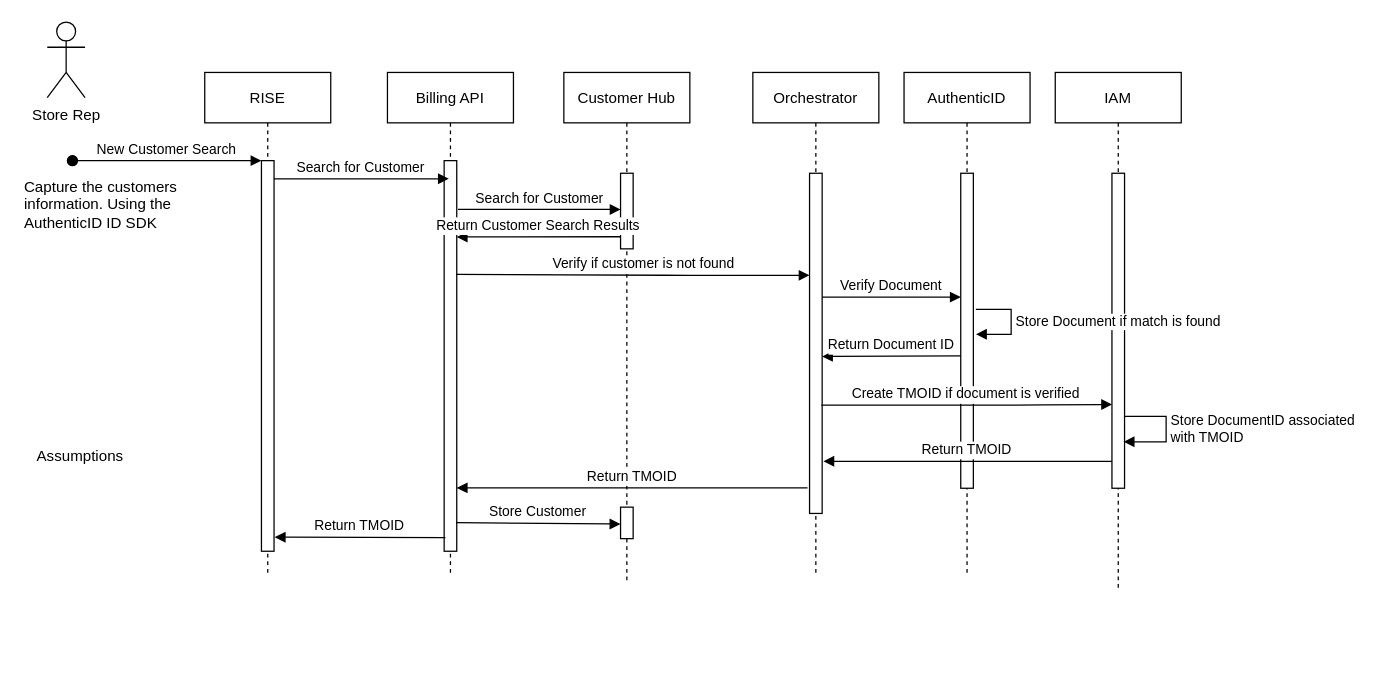
The draw.io diagram New_Customer.drawio in ilokos/NCIM, before the edit. Source tidied: cells renumbered, new cells numbered last; positions are measured from the earlier drawing's top-left corner, leaving out a move shared by most shapes. Both pictures are drawn from the tidied source at 126%, with x=0, y=0 at pixel (21, 21).
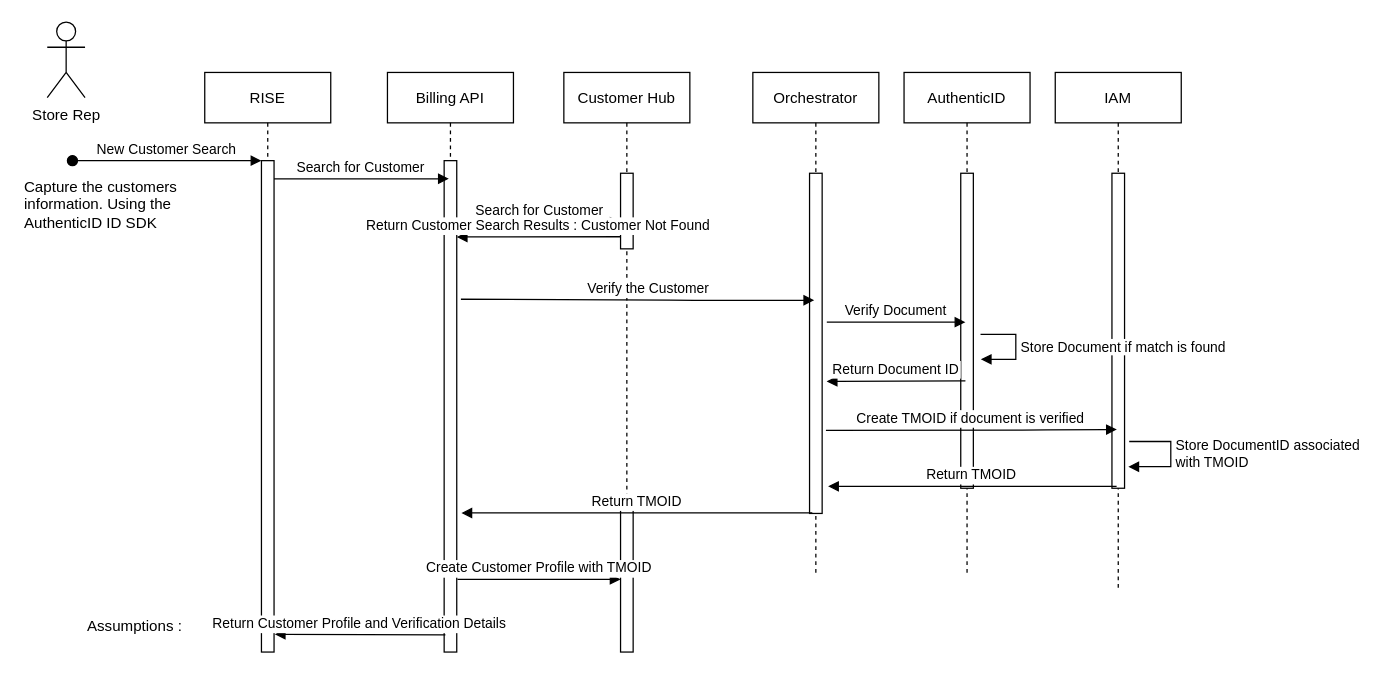
The same page after the edit.

Unchanged cells that the change refers to:
```xml
<mxCell id="10" style="html=1;points=[];perimeter=orthogonalPerimeter;" parent="9" vertex="1">
  <mxGeometry x="45" y="80" width="10" height="60" as="geometry" />
</mxCell>
<mxCell id="15" style="points=[];perimeter=orthogonalPerimeter;rounded=0;shadow=0;strokeWidth=1;" parent="14" vertex="1">
  <mxGeometry x="45" y="80" width="10" height="270" as="geometry" />
</mxCell>
<mxCell id="18" value="IAM" style="shape=umlLifeline;perimeter=lifelinePerimeter;rounded=0;shadow=0;strokeWidth=1;" parent="1" vertex="1">
  <mxGeometry x="820" y="40" width="100" height="410" as="geometry" />
</mxCell>
<mxCell id="22" value="AuthenticID" style="shape=umlLifeline;perimeter=lifelinePerimeter;rounded=0;shadow=0;strokeWidth=1;" parent="1" vertex="1">
  <mxGeometry x="700" y="40" width="100" height="400" as="geometry" />
</mxCell>
```

What changed in the source:
```diff
@@
     <mxCell id="2" value="RISE" style="shape=umlLifeline;perimeter=lifelinePerimeter;rounded=0;shadow=0;strokeWidth=1;" parent="1" vertex="1">
-      <mxGeometry x="145" y="40" width="100" height="400" as="geometry" />
+      <mxGeometry x="145" y="40" width="100" height="460" as="geometry" />
     </mxCell>
     <mxCell id="3" style="points=[];perimeter=orthogonalPerimeter;rounded=0;shadow=0;strokeWidth=1;" parent="2" vertex="1">
-      <mxGeometry x="45" y="70" width="10" height="310" as="geometry" />
+      <mxGeometry x="45" y="70" width="10" height="390" as="geometry" />
     </mxCell>
@@
     <mxCell id="5" value="Billing API" style="shape=umlLifeline;perimeter=lifelinePerimeter;rounded=0;shadow=0;strokeWidth=1;" parent="1" vertex="1">
-      <mxGeometry x="290" y="40" width="100" height="400" as="geometry" />
+      <mxGeometry x="290" y="40" width="100" height="460" as="geometry" />
     </mxCell>
     <mxCell id="6" style="points=[];perimeter=orthogonalPerimeter;rounded=0;shadow=0;strokeWidth=1;" parent="5" vertex="1">
-      <mxGeometry x="45" y="70" width="10" height="310" as="geometry" />
+      <mxGeometry x="45" y="70" width="10" height="390" as="geometry" />
     </mxCell>
@@
     <mxCell id="9" value="Customer Hub" style="shape=umlLifeline;perimeter=lifelinePerimeter;rounded=0;shadow=0;strokeWidth=1;" parent="1" vertex="1">
-      <mxGeometry x="430" y="40" width="100" height="405" as="geometry" />
+      <mxGeometry x="430" y="40" width="100" height="460" as="geometry" />
     </mxCell>
@@
     <mxCell id="11" style="html=1;points=[];perimeter=orthogonalPerimeter;" parent="9" vertex="1">
-      <mxGeometry x="45" y="345" width="10" height="25" as="geometry" />
+      <mxGeometry x="45" y="345" width="10" height="115" as="geometry" />
     </mxCell>
@@
-    <mxCell id="16" value="Return Customer Search Results" style="verticalAlign=bottom;endArrow=block;shadow=0;strokeWidth=1;exitX=-0.014;exitY=0.84;exitDx=0;exitDy=0;exitPerimeter=0;" parent="1" edge="1" source="10">
+    <mxCell id="16" value="Return Customer Search Results : Customer Not Found" style="verticalAlign=bottom;endArrow=block;shadow=0;strokeWidth=1;exitX=-0.014;exitY=0.84;exitDx=0;exitDy=0;exitPerimeter=0;" parent="1" edge="1" source="10">
       <mxGeometry relative="1" as="geometry">
         <mxPoint x="345" y="170.6" as="targetPoint" />
       </mxGeometry>
     </mxCell>
-    <mxCell id="17" value="Assumptions" style="text;html=1;strokeColor=none;fillColor=none;align=left;verticalAlign=middle;whiteSpace=wrap;rounded=0;" parent="1" vertex="1">
-      <mxGeometry x="10" y="320" width="160" height="50" as="geometry" />
+    <mxCell id="17" value="Assumptions :&amp;nbsp;&lt;br&gt;" style="text;html=1;strokeColor=none;fillColor=none;align=left;verticalAlign=middle;whiteSpace=wrap;rounded=0;" parent="1" vertex="1">
+      <mxGeometry x="50" y="470" width="160" height="20" as="geometry" />
     </mxCell>
@@
     <mxCell id="20" value="Store DocumentID associated &lt;br&gt;with TMOID" style="edgeStyle=orthogonalEdgeStyle;html=1;align=left;spacingLeft=2;endArrow=block;rounded=0;entryX=0.929;entryY=0.87;entryDx=0;entryDy=0;entryPerimeter=0;" parent="18" edge="1">
       <mxGeometry relative="1" as="geometry">
-        <mxPoint x="55" y="273" as="sourcePoint" />
-        <mxPoint x="54.3" y="293.1" as="targetPoint" />
+        <mxPoint x="58.7" y="292.9" as="sourcePoint" />
+        <mxPoint x="58" y="312.9" as="targetPoint" />
         <Array as="points">
-          <mxPoint x="88" y="273" />
-          <mxPoint x="88" y="293" />
+          <mxPoint x="91.7" y="292.8" />
+          <mxPoint x="91.7" y="312.8" />
         </Array>
       </mxGeometry>
     </mxCell>
-    <mxCell id="21" value="Verify if customer is not found" style="verticalAlign=bottom;endArrow=block;shadow=0;strokeWidth=1;exitX=0.957;exitY=0.273;exitDx=0;exitDy=0;exitPerimeter=0;" parent="1" edge="1">
+    <mxCell id="21" value="Verify the Customer" style="verticalAlign=bottom;endArrow=block;shadow=0;strokeWidth=1;exitX=0.957;exitY=0.273;exitDx=0;exitDy=0;exitPerimeter=0;" parent="1" edge="1">
       <mxGeometry x="0.28" y="30" relative="1" as="geometry">
-        <mxPoint x="344.6" y="200.2" as="sourcePoint" />
-        <mxPoint x="625" y="201" as="targetPoint" />
+        <mxPoint x="348.3" y="220" as="sourcePoint" />
+        <mxPoint x="628.7" y="220.8" as="targetPoint" />
         <Array as="points">
-          <mxPoint x="520" y="201" />
+          <mxPoint x="523.7" y="220.8" />
         </Array>
         <mxPoint x="-30" y="30" as="offset" />
       </mxGeometry>
     </mxCell>
@@
     <mxCell id="24" value="Verify Document" style="verticalAlign=bottom;endArrow=block;shadow=0;strokeWidth=1;exitX=1.071;exitY=0.757;exitDx=0;exitDy=0;exitPerimeter=0;" parent="22" edge="1">
       <mxGeometry relative="1" as="geometry">
-        <mxPoint x="-65" y="178.3" as="sourcePoint" />
-        <mxPoint x="45" y="178.3" as="targetPoint" />
+        <mxPoint x="-61.3" y="198.2" as="sourcePoint" />
+        <mxPoint x="48.7" y="198.2" as="targetPoint" />
       </mxGeometry>
     </mxCell>
     <mxCell id="25" value="Store Document if match is found" style="edgeStyle=orthogonalEdgeStyle;html=1;align=left;spacingLeft=2;endArrow=block;rounded=0;entryX=1.214;entryY=0.523;entryDx=0;entryDy=0;entryPerimeter=0;" parent="22" edge="1">
       <mxGeometry relative="1" as="geometry">
-        <mxPoint x="57" y="188" as="sourcePoint" />
-        <mxPoint x="57.1" y="207.8" as="targetPoint" />
+        <mxPoint x="60.7" y="207.8" as="sourcePoint" />
+        <mxPoint x="60.9" y="227.7" as="targetPoint" />
         <Array as="points">
-          <mxPoint x="85" y="188" />
-          <mxPoint x="85" y="208" />
+          <mxPoint x="88.7" y="207.8" />
+          <mxPoint x="88.7" y="227.8" />
         </Array>
       </mxGeometry>
     </mxCell>
     <mxCell id="26" value="Create TMOID if document is verified" style="verticalAlign=bottom;endArrow=block;shadow=0;strokeWidth=1;exitX=0.929;exitY=0.515;exitDx=0;exitDy=0;exitPerimeter=0;entryX=0.014;entryY=0.512;entryDx=0;entryDy=0;entryPerimeter=0;" parent="1" edge="1">
       <mxGeometry relative="1" as="geometry">
-        <mxPoint x="634.3" y="304.1" as="sourcePoint" />
-        <mxPoint x="865.1" y="303.5" as="targetPoint" />
+        <mxPoint x="638" y="324" as="sourcePoint" />
+        <mxPoint x="868.9" y="323.4" as="targetPoint" />
         <Array as="points">
-          <mxPoint x="800" y="304" />
+          <mxPoint x="803.7" y="323.8" />
         </Array>
       </mxGeometry>
     </mxCell>
     <mxCell id="27" value="Return TMOID" style="verticalAlign=bottom;endArrow=block;shadow=0;strokeWidth=1;exitX=-0.1;exitY=0.665;exitDx=0;exitDy=0;exitPerimeter=0;" parent="1" edge="1">
       <mxGeometry relative="1" as="geometry">
-        <mxPoint x="865" y="348.6" as="sourcePoint" />
-        <mxPoint x="636" y="348.6" as="targetPoint" />
+        <mxPoint x="868.7" y="368.5" as="sourcePoint" />
+        <mxPoint x="639.7" y="368.5" as="targetPoint" />
       </mxGeometry>
     </mxCell>
     <mxCell id="28" value="Return Document ID" style="verticalAlign=bottom;endArrow=block;shadow=0;strokeWidth=1;entryX=0.986;entryY=0.597;entryDx=0;entryDy=0;entryPerimeter=0;" parent="1" edge="1">
       <mxGeometry relative="1" as="geometry">
-        <mxPoint x="745" y="265" as="sourcePoint" />
-        <mxPoint x="634.9" y="265.4" as="targetPoint" />
+        <mxPoint x="748.7" y="284.8" as="sourcePoint" />
+        <mxPoint x="638.6" y="285.2" as="targetPoint" />
       </mxGeometry>
     </mxCell>
-    <mxCell id="29" value="Return TMOID" style="verticalAlign=bottom;endArrow=block;shadow=0;strokeWidth=1;exitX=-0.157;exitY=0.925;exitDx=0;exitDy=0;exitPerimeter=0;" parent="1" edge="1" source="15" target="6">
-      <mxGeometry relative="1" as="geometry" />
+    <mxCell id="29" value="Return TMOID" style="verticalAlign=bottom;endArrow=block;shadow=0;strokeWidth=1;exitX=-0.157;exitY=0.925;exitDx=0;exitDy=0;exitPerimeter=0;" parent="1" edge="1">
+      <mxGeometry relative="1" as="geometry">
+        <mxPoint x="627.2" y="389.6" as="sourcePoint" />
+        <mxPoint x="348.7" y="389.6" as="targetPoint" />
+      </mxGeometry>
     </mxCell>
-    <mxCell id="30" value="Return TMOID" style="verticalAlign=bottom;endArrow=block;shadow=0;strokeWidth=1;exitX=0.1;exitY=0.965;exitDx=0;exitDy=0;exitPerimeter=0;entryX=1.057;entryY=0.964;entryDx=0;entryDy=0;entryPerimeter=0;" parent="1" edge="1" source="6" target="3">
+    <mxCell id="30" value="Return Customer Profile and Verification Details" style="verticalAlign=bottom;endArrow=block;shadow=0;strokeWidth=1;exitX=0.1;exitY=0.965;exitDx=0;exitDy=0;exitPerimeter=0;entryX=1.057;entryY=0.964;entryDx=0;entryDy=0;entryPerimeter=0;" parent="1" edge="1" source="6" target="3">
       <mxGeometry relative="1" as="geometry" />
     </mxCell>
-    <mxCell id="31" value="Store Customer" style="verticalAlign=bottom;endArrow=block;shadow=0;strokeWidth=1;exitX=0.957;exitY=0.927;exitDx=0;exitDy=0;exitPerimeter=0;entryX=-0.014;entryY=0.537;entryDx=0;entryDy=0;entryPerimeter=0;" parent="1" edge="1" source="6" target="11">
+    <mxCell id="31" value="Create Customer Profile with TMOID" style="verticalAlign=bottom;endArrow=block;shadow=0;strokeWidth=1;exitX=1.059;exitY=0.852;exitDx=0;exitDy=0;exitPerimeter=0;" parent="1" edge="1" source="6" target="11">
       <mxGeometry relative="1" as="geometry" />
     </mxCell>
```
